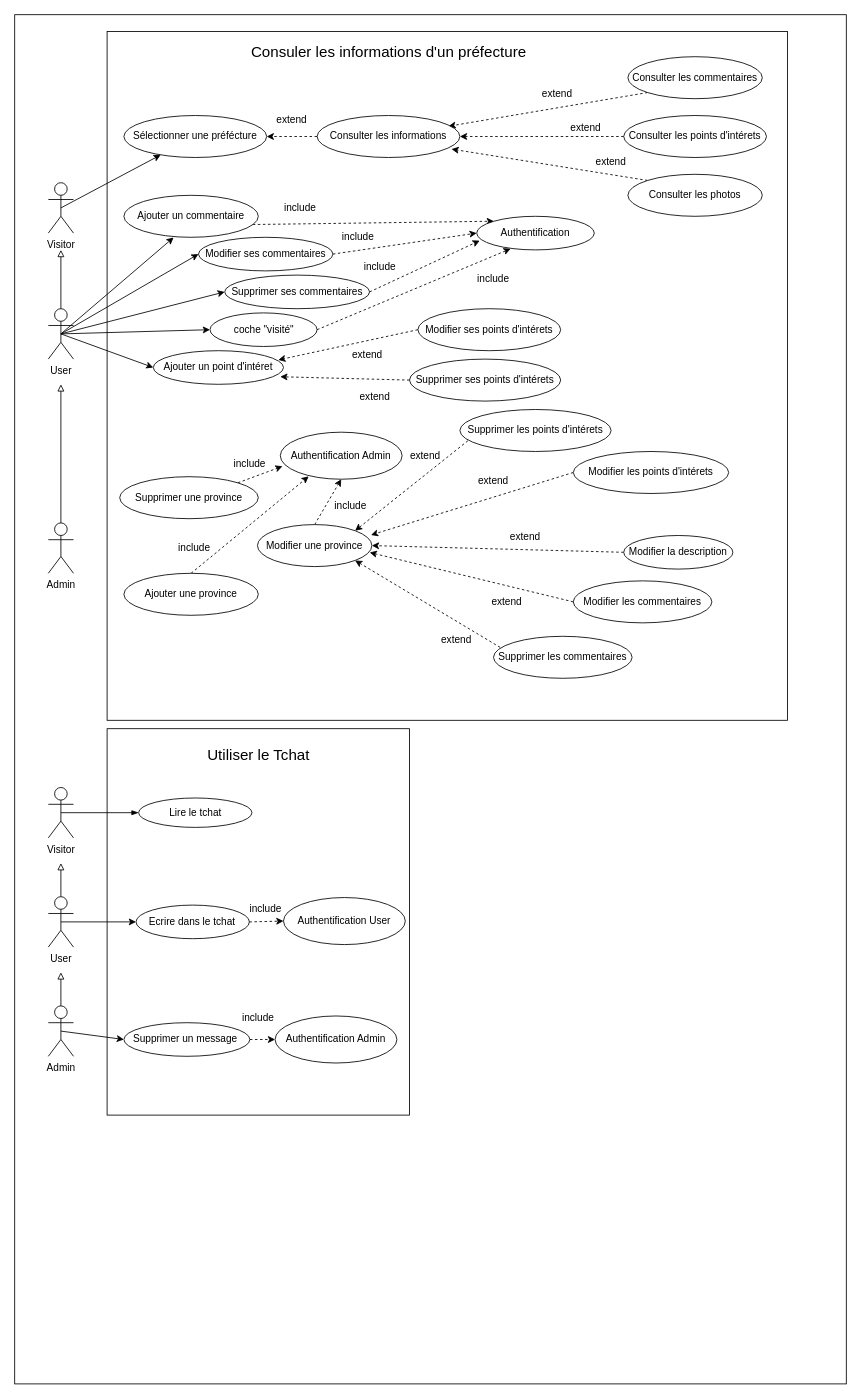
Before: conception/useCase.drawio in kevinbatard/japan_back, a draw.io diagram. Source tidied: cells renumbered, new cells numbered last; positions are measured from the earlier drawing's top-left corner, leaving out a move shared by most shapes. Both pictures are drawn from the tidied source at 84%, with x=0, y=0 at pixel (14, 14).
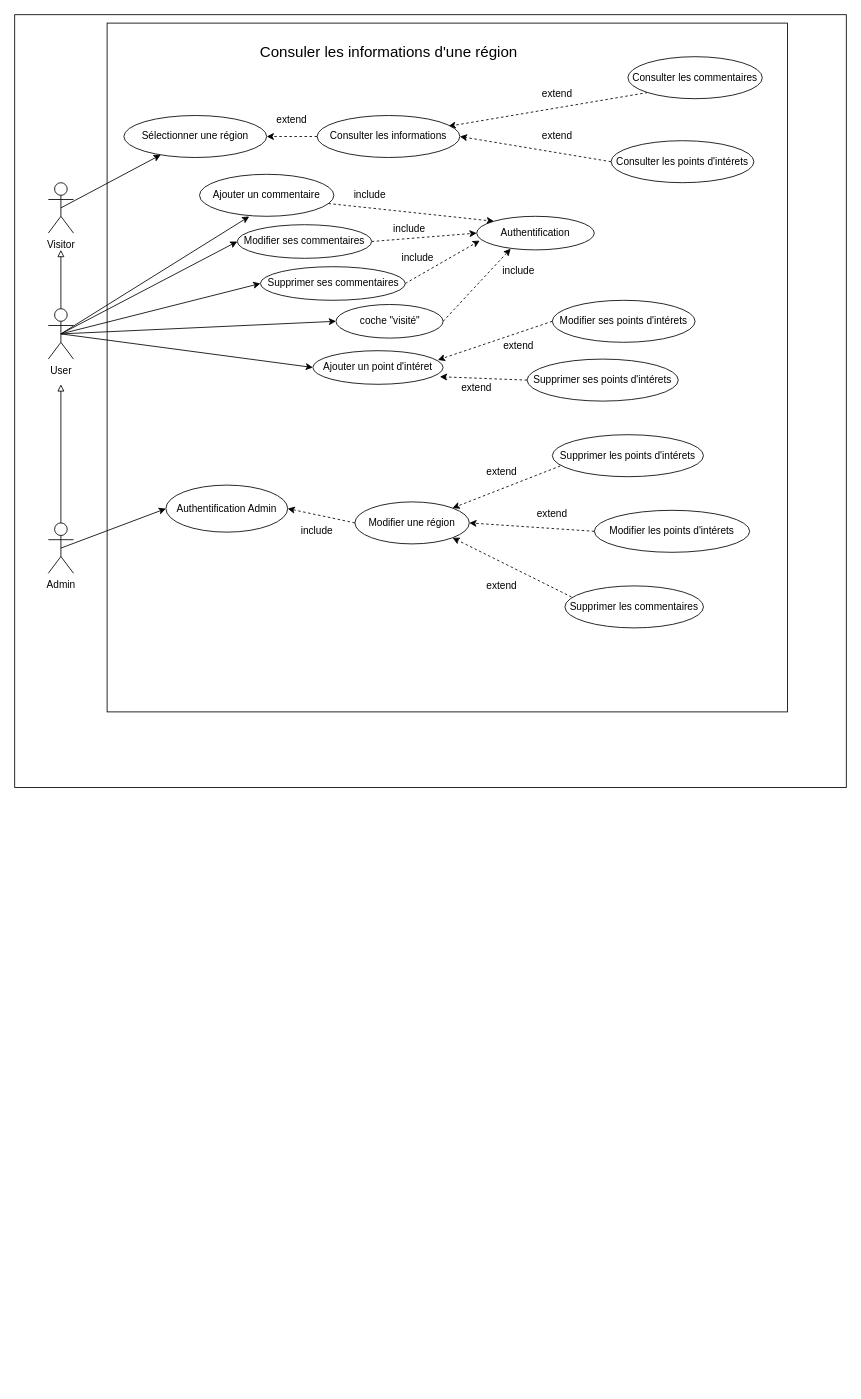
The same page after the edit.

Commit message (it also covers changes not shown here):
Fix divers, mis a jour diagrammes

The change refers to these unchanged cells:
```xml
<mxCell id="55" value="Admin&lt;br&gt;" style="shape=umlActor;verticalLabelPosition=bottom;verticalAlign=top;html=1;outlineConnect=0;" parent="1" vertex="1">
  <mxGeometry x="40" y="605" width="30" height="60" as="geometry" />
</mxCell>
```

Change to the diagram source:
```diff
@@
     <mxCell id="2" style="rounded=0;whiteSpace=wrap;html=1;" parent="1" vertex="1">
-      <mxGeometry width="990" height="1630" as="geometry" />
+      <mxGeometry width="990" height="920" as="geometry" />
     </mxCell>
@@
     <mxCell id="4" style="rounded=0;whiteSpace=wrap;html=1;" parent="1" vertex="1">
-      <mxGeometry x="110" y="20" width="810" height="820" as="geometry" />
+      <mxGeometry x="110" y="10" width="810" height="820" as="geometry" />
     </mxCell>
@@
-    <mxCell id="13" value="&lt;font style=&quot;font-size: 18px;&quot;&gt;Consuler les informations d'un préfecture&lt;/font&gt;" style="text;html=1;strokeColor=none;fillColor=none;align=center;verticalAlign=middle;whiteSpace=wrap;rounded=0;" parent="1" vertex="1">
+    <mxCell id="13" value="&lt;font style=&quot;font-size: 18px;&quot;&gt;Consuler les informations d'une région&lt;/font&gt;" style="text;html=1;strokeColor=none;fillColor=none;align=center;verticalAlign=middle;whiteSpace=wrap;rounded=0;" parent="1" vertex="1">
       <mxGeometry x="258.8" y="30" width="372.5" height="30" as="geometry" />
     </mxCell>
-    <mxCell id="14" value="Sélectionner une préfécture" style="ellipse;whiteSpace=wrap;html=1;" parent="1" vertex="1">
+    <mxCell id="14" value="Sélectionner une région" style="ellipse;whiteSpace=wrap;html=1;" parent="1" vertex="1">
       <mxGeometry x="130" y="120" width="170" height="50" as="geometry" />
     </mxCell>
@@
-    <mxCell id="17" style="edgeStyle=none;html=1;exitX=0;exitY=0;exitDx=0;exitDy=0;startArrow=none;startFill=0;endArrow=classic;endFill=1;dashed=1;" parent="1" edge="1" source="24">
-      <mxGeometry relative="1" as="geometry">
-        <mxPoint x="520" y="160" as="targetPoint" />
-      </mxGeometry>
-    </mxCell>
@@
-    <mxCell id="24" value="Consulter les photos" style="ellipse;whiteSpace=wrap;html=1;" parent="1" vertex="1">
-      <mxGeometry x="730" y="190" width="160" height="50" as="geometry" />
-    </mxCell>
@@
     <mxCell id="27" value="Ajouter un commentaire" style="ellipse;whiteSpace=wrap;html=1;" parent="1" vertex="1">
-      <mxGeometry x="130" y="215" width="160" height="50" as="geometry" />
+      <mxGeometry x="220" y="190" width="160" height="50" as="geometry" />
     </mxCell>
-    <mxCell id="28" style="rounded=0;whiteSpace=wrap;html=1;" parent="1" vertex="1">
-      <mxGeometry x="110" y="850" width="360" height="460" as="geometry" />
-    </mxCell>
-    <mxCell id="29" style="edgeStyle=none;html=1;exitX=0.5;exitY=0.5;exitDx=0;exitDy=0;exitPerimeter=0;entryX=0;entryY=0.5;entryDx=0;entryDy=0;fontSize=18;startArrow=none;startFill=0;endArrow=blockThin;endFill=1;" parent="1" edge="1" source="30" target="34">
-      <mxGeometry relative="1" as="geometry" />
-    </mxCell>
-    <mxCell id="30" value="Visitor" style="shape=umlActor;verticalLabelPosition=bottom;verticalAlign=top;html=1;outlineConnect=0;" parent="1" vertex="1">
-      <mxGeometry x="40" y="920" width="30" height="60" as="geometry" />
-    </mxCell>
-    <mxCell id="31" style="edgeStyle=none;html=1;exitX=0.5;exitY=0;exitDx=0;exitDy=0;exitPerimeter=0;startArrow=none;startFill=0;endArrow=block;endFill=0;" parent="1" edge="1" source="33">
-      <mxGeometry relative="1" as="geometry">
-        <mxPoint x="55" y="1010" as="targetPoint" />
-      </mxGeometry>
-    </mxCell>
-    <mxCell id="32" style="edgeStyle=none;html=1;exitX=0.5;exitY=0.5;exitDx=0;exitDy=0;exitPerimeter=0;endArrow=classic;endFill=1;entryX=0;entryY=0.5;entryDx=0;entryDy=0;" parent="1" edge="1" source="33" target="35">
-      <mxGeometry relative="1" as="geometry" />
-    </mxCell>
-    <mxCell id="33" value="User" style="shape=umlActor;verticalLabelPosition=bottom;verticalAlign=top;html=1;outlineConnect=0;" parent="1" vertex="1">
-      <mxGeometry x="40" y="1050" width="30" height="60" as="geometry" />
-    </mxCell>
-    <mxCell id="34" value="Lire le tchat" style="ellipse;whiteSpace=wrap;html=1;" parent="1" vertex="1">
-      <mxGeometry x="147.5" y="932.5" width="135" height="35" as="geometry" />
-    </mxCell>
-    <mxCell id="35" value="Ecrire dans le tchat" style="ellipse;whiteSpace=wrap;html=1;" parent="1" vertex="1">
-      <mxGeometry x="144.4" y="1060" width="135" height="40" as="geometry" />
-    </mxCell>
-    <mxCell id="36" value="&lt;font style=&quot;font-size: 18px; font-weight: normal;&quot;&gt;Utiliser le Tchat&lt;/font&gt;" style="text;strokeColor=none;fillColor=none;html=1;fontSize=24;fontStyle=1;verticalAlign=middle;align=center;" parent="1" vertex="1">
-      <mxGeometry x="240" y="860" width="100" height="40" as="geometry" />
-    </mxCell>
     <mxCell id="37" value="Supprimer ses commentaires" style="ellipse;whiteSpace=wrap;html=1;" parent="1" vertex="1">
-      <mxGeometry x="250" y="310" width="172.5" height="40" as="geometry" />
+      <mxGeometry x="292.5" y="300" width="172.5" height="40" as="geometry" />
     </mxCell>
     <mxCell id="38" value="Modifier ses commentaires" style="ellipse;whiteSpace=wrap;html=1;" parent="1" vertex="1">
-      <mxGeometry x="218.8" y="265" width="160" height="40" as="geometry" />
+      <mxGeometry x="265" y="250" width="160" height="40" as="geometry" />
     </mxCell>
     <mxCell id="39" value="include" style="text;html=1;strokeColor=none;fillColor=none;align=center;verticalAlign=middle;whiteSpace=wrap;rounded=0;" parent="1" vertex="1">
-      <mxGeometry x="310" y="215" width="60" height="30" as="geometry" />
+      <mxGeometry x="392.5" y="200" width="60" height="30" as="geometry" />
     </mxCell>
     <mxCell id="40" value="include" style="text;html=1;strokeColor=none;fillColor=none;align=center;verticalAlign=middle;whiteSpace=wrap;rounded=0;" parent="1" vertex="1">
-      <mxGeometry x="378.8" y="250" width="60" height="30" as="geometry" />
+      <mxGeometry x="440" y="240" width="60" height="30" as="geometry" />
     </mxCell>
-    <mxCell id="41" value="extend" style="text;html=1;strokeColor=none;fillColor=none;align=center;verticalAlign=middle;whiteSpace=wrap;rounded=0;" parent="1" vertex="1">
-      <mxGeometry x="680" y="160" width="60" height="30" as="geometry" />
-    </mxCell>
@@
     <mxCell id="44" value="Ajouter un point d'intéret" style="ellipse;whiteSpace=wrap;html=1;" parent="1" vertex="1">
-      <mxGeometry x="165" y="400" width="155" height="40" as="geometry" />
+      <mxGeometry x="355" y="400" width="155" height="40" as="geometry" />
     </mxCell>
     <mxCell id="45" value="Modifier ses points d'intérets" style="ellipse;whiteSpace=wrap;html=1;" parent="1" vertex="1">
-      <mxGeometry x="480" y="350" width="170" height="50" as="geometry" />
+      <mxGeometry x="640" y="340" width="170" height="50" as="geometry" />
     </mxCell>
     <mxCell id="46" value="Supprimer ses points d'intérets" style="ellipse;whiteSpace=wrap;html=1;" parent="1" vertex="1">
-      <mxGeometry x="470" y="410" width="180" height="50" as="geometry" />
+      <mxGeometry x="610" y="410" width="180" height="50" as="geometry" />
     </mxCell>
     <mxCell id="47" value="extend" style="text;html=1;strokeColor=none;fillColor=none;align=center;verticalAlign=middle;whiteSpace=wrap;rounded=0;" parent="1" vertex="1">
-      <mxGeometry x="398.8" y="440" width="60" height="30" as="geometry" />
+      <mxGeometry x="520" y="430" width="60" height="30" as="geometry" />
     </mxCell>
     <mxCell id="48" value="extend" style="text;html=1;strokeColor=none;fillColor=none;align=center;verticalAlign=middle;whiteSpace=wrap;rounded=0;" parent="1" vertex="1">
-      <mxGeometry x="390" y="390" width="60" height="30" as="geometry" />
+      <mxGeometry x="570" y="380" width="60" height="30" as="geometry" />
     </mxCell>
     <mxCell id="49" value="Consulter les points d'intérets" style="ellipse;whiteSpace=wrap;html=1;" parent="1" vertex="1">
-      <mxGeometry x="725" y="120" width="170" height="50" as="geometry" />
+      <mxGeometry x="710" y="150" width="170" height="50" as="geometry" />
     </mxCell>
     <mxCell id="50" value="extend" style="text;html=1;strokeColor=none;fillColor=none;align=center;verticalAlign=middle;whiteSpace=wrap;rounded=0;" parent="1" vertex="1">
-      <mxGeometry x="650" y="120" width="60" height="30" as="geometry" />
+      <mxGeometry x="616" y="130" width="60" height="30" as="geometry" />
     </mxCell>
@@
-    <mxCell id="52" style="edgeStyle=none;html=1;exitX=1;exitY=0;exitDx=0;exitDy=0;entryX=0.018;entryY=0.725;entryDx=0;entryDy=0;dashed=1;endArrow=classic;endFill=1;entryPerimeter=0;" parent="1" edge="1" source="56" target="85">
-      <mxGeometry relative="1" as="geometry" />
-    </mxCell>
-    <mxCell id="53" style="edgeStyle=none;html=1;exitX=0.5;exitY=0;exitDx=0;exitDy=0;entryX=0.5;entryY=1;entryDx=0;entryDy=0;dashed=1;endArrow=classic;endFill=1;" parent="1" edge="1" source="62" target="85">
+    <mxCell id="53" style="edgeStyle=none;html=1;exitX=0;exitY=0.5;exitDx=0;exitDy=0;entryX=1;entryY=0.5;entryDx=0;entryDy=0;dashed=1;endArrow=classic;endFill=1;" parent="1" edge="1" source="62" target="85">
       <mxGeometry relative="1" as="geometry" />
     </mxCell>
-    <mxCell id="54" style="edgeStyle=none;html=1;exitX=0.5;exitY=0;exitDx=0;exitDy=0;entryX=0.233;entryY=0.939;entryDx=0;entryDy=0;dashed=1;endArrow=classic;endFill=1;entryPerimeter=0;" parent="1" edge="1" source="67" target="85">
-      <mxGeometry relative="1" as="geometry" />
-    </mxCell>
+    <mxCell id="93" style="edgeStyle=none;html=1;exitX=0.5;exitY=0.5;exitDx=0;exitDy=0;exitPerimeter=0;entryX=0;entryY=0.5;entryDx=0;entryDy=0;" parent="1" edge="1" source="55" target="85">
+      <mxGeometry relative="1" as="geometry" />
+    </mxCell>
@@
-    <mxCell id="56" value="Supprimer une province" style="ellipse;whiteSpace=wrap;html=1;" parent="1" vertex="1">
-      <mxGeometry x="125" y="550" width="165" height="50" as="geometry" />
-    </mxCell>
@@
-    <mxCell id="58" style="edgeStyle=none;html=1;exitX=0;exitY=0.5;exitDx=0;exitDy=0;entryX=0.992;entryY=0.248;entryDx=0;entryDy=0;dashed=1;endArrow=classic;endFill=1;entryPerimeter=0;" parent="1" edge="1" source="65" target="62">
+    <mxCell id="58" style="edgeStyle=none;html=1;exitX=0;exitY=0.5;exitDx=0;exitDy=0;entryX=1;entryY=0.5;entryDx=0;entryDy=0;dashed=1;endArrow=classic;endFill=1;" parent="1" edge="1" source="65" target="62">
       <mxGeometry relative="1" as="geometry" />
     </mxCell>
@@
-    <mxCell id="60" style="edgeStyle=none;html=1;exitX=0;exitY=0.5;exitDx=0;exitDy=0;entryX=0.981;entryY=0.664;entryDx=0;entryDy=0;dashed=1;endArrow=classic;endFill=1;entryPerimeter=0;" parent="1" edge="1" source="64" target="62">
-      <mxGeometry relative="1" as="geometry" />
-    </mxCell>
-    <mxCell id="61" style="edgeStyle=none;html=1;exitX=0;exitY=0.5;exitDx=0;exitDy=0;entryX=1;entryY=0.5;entryDx=0;entryDy=0;dashed=1;endArrow=classic;endFill=1;" parent="1" edge="1" source="68" target="62">
-      <mxGeometry relative="1" as="geometry" />
-    </mxCell>
-    <mxCell id="62" value="Modifier une province" style="ellipse;whiteSpace=wrap;html=1;" parent="1" vertex="1">
-      <mxGeometry x="289" y="607" width="136.2" height="50" as="geometry" />
+    <mxCell id="62" value="Modifier une région" style="ellipse;whiteSpace=wrap;html=1;" parent="1" vertex="1">
+      <mxGeometry x="405" y="580" width="136.2" height="50" as="geometry" />
     </mxCell>
     <mxCell id="63" value="Supprimer les commentaires" style="ellipse;whiteSpace=wrap;html=1;" parent="1" vertex="1">
-      <mxGeometry x="570" y="740" width="165" height="50" as="geometry" />
+      <mxGeometry x="655" y="680" width="165" height="50" as="geometry" />
     </mxCell>
-    <mxCell id="64" value="Modifier les commentaires" style="ellipse;whiteSpace=wrap;html=1;" parent="1" vertex="1">
-      <mxGeometry x="665" y="674" width="165" height="50" as="geometry" />
-    </mxCell>
     <mxCell id="65" value="Modifier les points d'intérets" style="ellipse;whiteSpace=wrap;html=1;" parent="1" vertex="1">
-      <mxGeometry x="665" y="520" width="185" height="50" as="geometry" />
+      <mxGeometry x="690" y="590" width="185" height="50" as="geometry" />
     </mxCell>
     <mxCell id="66" value="Supprimer les points d'intérets" style="ellipse;whiteSpace=wrap;html=1;" parent="1" vertex="1">
-      <mxGeometry x="530" y="470" width="180" height="50" as="geometry" />
+      <mxGeometry x="640" y="500" width="180" height="50" as="geometry" />
     </mxCell>
-    <mxCell id="67" value="Ajouter une province" style="ellipse;whiteSpace=wrap;html=1;" parent="1" vertex="1">
-      <mxGeometry x="130" y="665" width="160" height="50" as="geometry" />
-    </mxCell>
-    <mxCell id="68" value="Modifier la description" style="ellipse;whiteSpace=wrap;html=1;" parent="1" vertex="1">
-      <mxGeometry x="725" y="620" width="130" height="40" as="geometry" />
-    </mxCell>
-    <mxCell id="69" style="edgeStyle=none;html=1;exitX=0.5;exitY=0;exitDx=0;exitDy=0;exitPerimeter=0;endArrow=block;endFill=0;" parent="1" edge="1" source="70">
-      <mxGeometry relative="1" as="geometry">
-        <mxPoint x="55" y="1140" as="targetPoint" />
-      </mxGeometry>
-    </mxCell>
-    <mxCell id="70" value="Admin&lt;br&gt;" style="shape=umlActor;verticalLabelPosition=bottom;verticalAlign=top;html=1;outlineConnect=0;" parent="1" vertex="1">
-      <mxGeometry x="40" y="1180" width="30" height="60" as="geometry" />
-    </mxCell>
-    <mxCell id="71" value="include" style="text;html=1;strokeColor=none;fillColor=none;align=center;verticalAlign=middle;whiteSpace=wrap;rounded=0;" parent="1" vertex="1">
-      <mxGeometry x="250" y="520" width="60" height="30" as="geometry" />
-    </mxCell>
     <mxCell id="72" value="include" style="text;html=1;strokeColor=none;fillColor=none;align=center;verticalAlign=middle;whiteSpace=wrap;rounded=0;" parent="1" vertex="1">
-      <mxGeometry x="370" y="570" width="60" height="30" as="geometry" />
+      <mxGeometry x="330" y="600" width="60" height="30" as="geometry" />
     </mxCell>
-    <mxCell id="73" value="include" style="text;html=1;strokeColor=none;fillColor=none;align=center;verticalAlign=middle;whiteSpace=wrap;rounded=0;" parent="1" vertex="1">
-      <mxGeometry x="184.4" y="620" width="60" height="30" as="geometry" />
-    </mxCell>
     <mxCell id="74" value="extend" style="text;html=1;strokeColor=none;fillColor=none;align=center;verticalAlign=middle;whiteSpace=wrap;rounded=0;" parent="1" vertex="1">
-      <mxGeometry x="458.8" y="510" width="60" height="30" as="geometry" />
+      <mxGeometry x="550" y="530" width="60" height="30" as="geometry" />
     </mxCell>
     <mxCell id="75" value="extend" style="text;html=1;strokeColor=none;fillColor=none;align=center;verticalAlign=middle;whiteSpace=wrap;rounded=0;" parent="1" vertex="1">
-      <mxGeometry x="540" y="540" width="60" height="30" as="geometry" />
+      <mxGeometry x="610" y="580" width="60" height="30" as="geometry" />
     </mxCell>
-    <mxCell id="76" value="extend" style="text;html=1;strokeColor=none;fillColor=none;align=center;verticalAlign=middle;whiteSpace=wrap;rounded=0;" parent="1" vertex="1">
-      <mxGeometry x="577.5" y="607" width="60" height="30" as="geometry" />
-    </mxCell>
-    <mxCell id="77" value="extend" style="text;html=1;strokeColor=none;fillColor=none;align=center;verticalAlign=middle;whiteSpace=wrap;rounded=0;" parent="1" vertex="1">
-      <mxGeometry x="556" y="684" width="60" height="30" as="geometry" />
-    </mxCell>
     <mxCell id="78" value="extend" style="text;html=1;strokeColor=none;fillColor=none;align=center;verticalAlign=middle;whiteSpace=wrap;rounded=0;" parent="1" vertex="1">
-      <mxGeometry x="496" y="730" width="60" height="30" as="geometry" />
+      <mxGeometry x="550" y="665" width="60" height="30" as="geometry" />
     </mxCell>
-    <mxCell id="79" value="Supprimer un message&amp;nbsp;" style="ellipse;whiteSpace=wrap;html=1;" parent="1" vertex="1">
-      <mxGeometry x="130" y="1200" width="150" height="40" as="geometry" />
-    </mxCell>
@@
     <mxCell id="82" value="include" style="text;html=1;strokeColor=none;fillColor=none;align=center;verticalAlign=middle;whiteSpace=wrap;rounded=0;" parent="1" vertex="1">
-      <mxGeometry x="405" y="285" width="60" height="30" as="geometry" />
+      <mxGeometry x="450" y="275" width="60" height="30" as="geometry" />
     </mxCell>
     <mxCell id="83" value="include" style="text;html=1;strokeColor=none;fillColor=none;align=center;verticalAlign=middle;whiteSpace=wrap;rounded=0;" parent="1" vertex="1">
-      <mxGeometry x="540" y="300" width="60" height="30" as="geometry" />
+      <mxGeometry x="570" y="290" width="60" height="30" as="geometry" />
     </mxCell>
     <mxCell id="84" value="coche &quot;visité&quot;" style="ellipse;whiteSpace=wrap;html=1;" parent="1" vertex="1">
-      <mxGeometry x="232.5" y="355" width="127.5" height="40" as="geometry" />
+      <mxGeometry x="382.5" y="345" width="127.5" height="40" as="geometry" />
     </mxCell>
     <mxCell id="85" value="Authentification Admin" style="ellipse;whiteSpace=wrap;html=1;" parent="1" vertex="1">
-      <mxGeometry x="316.2" y="497" width="145" height="56" as="geometry" />
+      <mxGeometry x="180" y="560" width="145" height="56" as="geometry" />
     </mxCell>
-    <mxCell id="86" style="edgeStyle=none;html=1;exitX=0.5;exitY=0.5;exitDx=0;exitDy=0;exitPerimeter=0;entryX=0;entryY=0.5;entryDx=0;entryDy=0;endArrow=classic;endFill=1;" parent="1" edge="1" source="70" target="79">
-      <mxGeometry relative="1" as="geometry" />
-    </mxCell>
-    <mxCell id="87" style="edgeStyle=none;html=1;exitX=1;exitY=0.5;exitDx=0;exitDy=0;entryX=0;entryY=0.5;entryDx=0;entryDy=0;endArrow=classic;endFill=1;dashed=1;" parent="1" edge="1" source="79" target="88">
-      <mxGeometry relative="1" as="geometry" />
-    </mxCell>
-    <mxCell id="88" value="Authentification Admin" style="ellipse;whiteSpace=wrap;html=1;" parent="1" vertex="1">
-      <mxGeometry x="310" y="1192" width="145" height="56" as="geometry" />
-    </mxCell>
-    <mxCell id="89" style="edgeStyle=none;html=1;exitX=1;exitY=0.5;exitDx=0;exitDy=0;entryX=0;entryY=0.5;entryDx=0;entryDy=0;endArrow=classic;endFill=1;dashed=1;" parent="1" edge="1" source="35" target="90">
-      <mxGeometry relative="1" as="geometry" />
-    </mxCell>
-    <mxCell id="90" value="Authentification User" style="ellipse;whiteSpace=wrap;html=1;" parent="1" vertex="1">
-      <mxGeometry x="320" y="1051" width="145" height="56" as="geometry" />
-    </mxCell>
-    <mxCell id="91" value="include" style="text;html=1;strokeColor=none;fillColor=none;align=center;verticalAlign=middle;whiteSpace=wrap;rounded=0;" parent="1" vertex="1">
-      <mxGeometry x="268.8" y="1050" width="60" height="30" as="geometry" />
-    </mxCell>
-    <mxCell id="92" value="include" style="text;html=1;strokeColor=none;fillColor=none;align=center;verticalAlign=middle;whiteSpace=wrap;rounded=0;" parent="1" vertex="1">
-      <mxGeometry x="260" y="1180" width="60" height="30" as="geometry" />
-    </mxCell>
```
